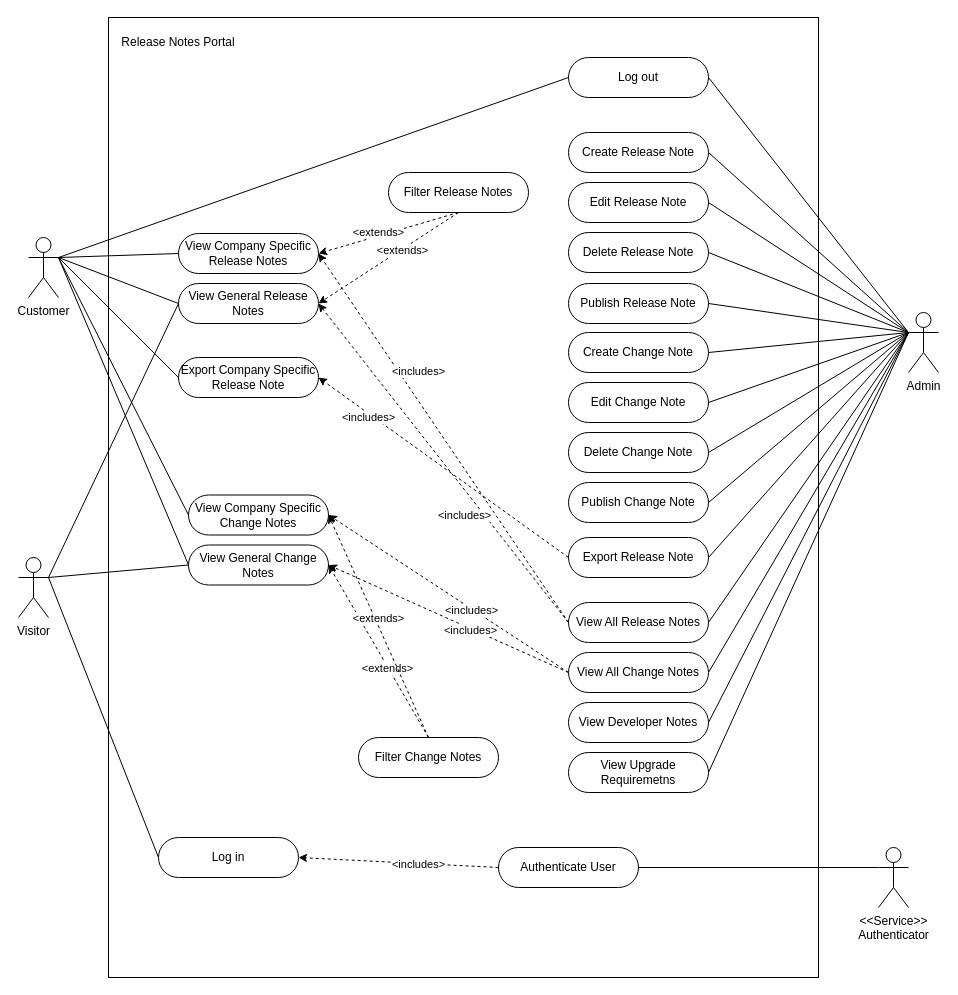
This is Use-Case diagrams/Use-Case Diagram v1.3.drawio from NTNU-IDATA2901-Group-2/NTNU-IDATA2901-Admin, a draw.io file, before an edit. Source tidied: cells renumbered, new cells numbered last; positions are measured from the earlier drawing's top-left corner, leaving out a move shared by most shapes. Both pictures are drawn from the tidied source at 100%, with x=0, y=0 at pixel (18, 17).
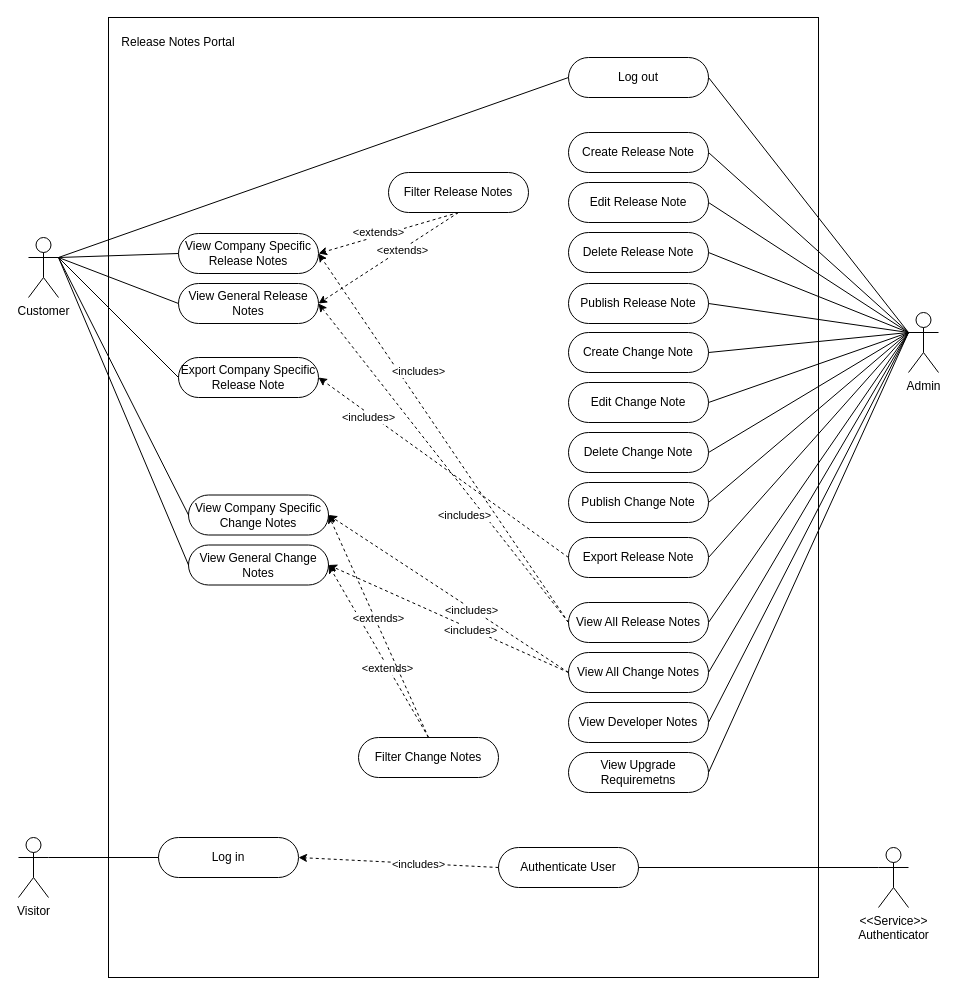
The same page after the edit.

Commit message (it also covers changes not shown here):
Add architecture for security

The change refers to these unchanged cells:
```xml
<mxCell id="7" value="View General Release Notes" style="rounded=1;whiteSpace=wrap;html=1;arcSize=50;" parent="1" vertex="1">
  <mxGeometry x="160" y="266" width="140" height="40" as="geometry" />
</mxCell>
<mxCell id="8" value="View General Change Notes" style="rounded=1;whiteSpace=wrap;html=1;arcSize=50;" parent="1" vertex="1">
  <mxGeometry x="170" y="527.5" width="140" height="40" as="geometry" />
</mxCell>
```

Diff of the diagram source:
```diff
@@
     <mxCell id="23" value="Visitor" style="shape=umlActor;verticalLabelPosition=bottom;verticalAlign=top;html=1;outlineConnect=0;" parent="1" vertex="1">
-      <mxGeometry y="540" width="30" height="60" as="geometry" />
+      <mxGeometry y="820" width="30" height="60" as="geometry" />
     </mxCell>
@@
-    <mxCell id="30" style="rounded=0;jettySize=auto;html=1;entryX=0;entryY=0.5;entryDx=0;entryDy=0;exitX=1;exitY=0.3333333333333333;exitDx=0;exitDy=0;exitPerimeter=0;endArrow=none;endFill=0;" parent="1" edge="1" source="23" target="8">
-      <mxGeometry relative="1" as="geometry" />
-    </mxCell>
-    <mxCell id="31" style="rounded=0;jettySize=auto;html=1;entryX=0;entryY=0.5;entryDx=0;entryDy=0;exitX=1;exitY=0.3333333333333333;exitDx=0;exitDy=0;exitPerimeter=0;endArrow=none;endFill=0;" parent="1" edge="1" source="23" target="7">
-      <mxGeometry relative="1" as="geometry" />
-    </mxCell>
```
